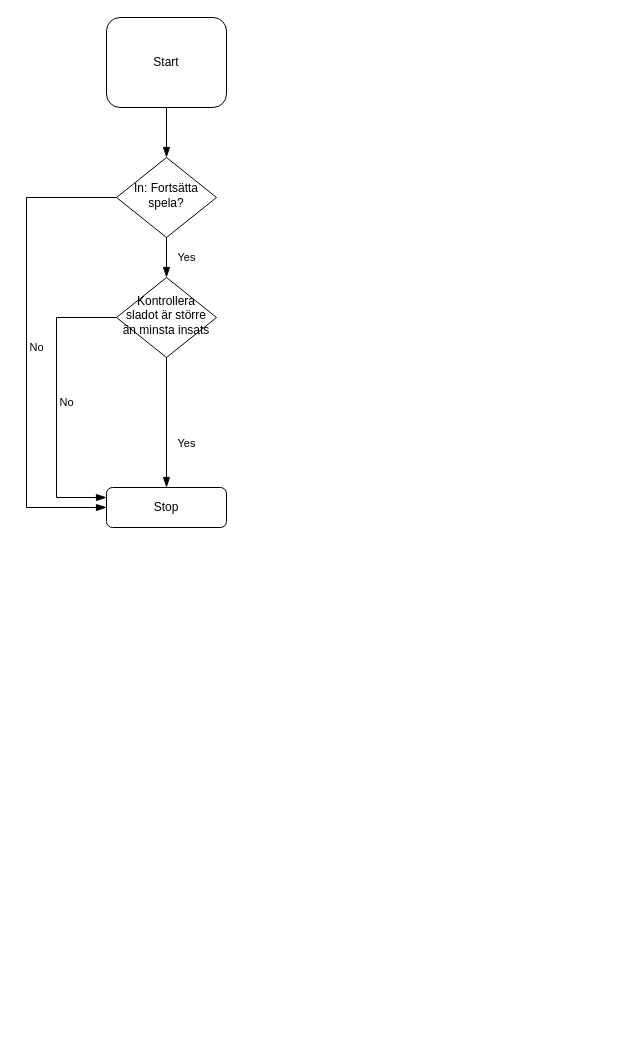
The draw.io diagram Inluppgifter/Roulette/Flowchart_inl1.drawio in RogerJohanssonITHS/Grunderna-Cpp, before the edit. Source tidied: cells renumbered, new cells numbered last; positions are measured from the earlier drawing's top-left corner, leaving out a move shared by most shapes. Both pictures are drawn from the tidied source at 100%, with x=0, y=0 at pixel (26, 17).
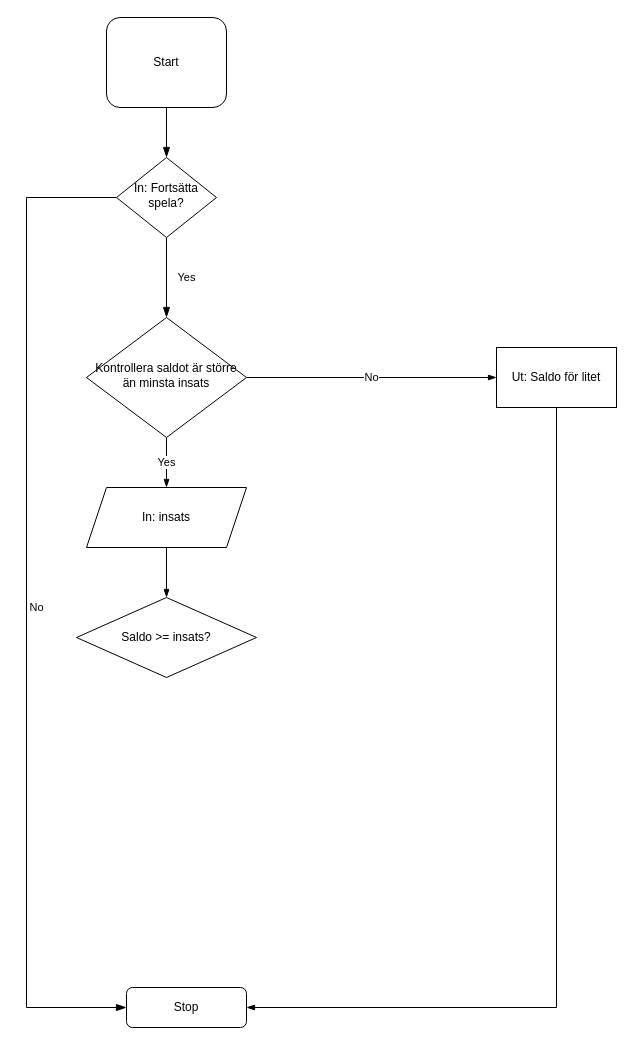
The same page after the edit.

The edit, as a diff of the source:
```diff
@@
 <mxGraphModel>
   <root>
     <mxCell id="0" />
     <mxCell id="1" parent="0" />
     <mxCell id="2" style="rounded=0;html=1;jettySize=auto;fontSize=11;endArrow=blockThin;endFill=1;endSize=8;strokeWidth=1;shadow=0;labelBackgroundColor=none;edgeStyle=orthogonalEdgeStyle;" parent="1" edge="1" source="3" target="6">
       <mxGeometry relative="1" as="geometry" />
     </mxCell>
     <mxCell id="3" value="Start" style="rounded=1;whiteSpace=wrap;html=1;fontSize=12;glass=0;strokeWidth=1;shadow=0;" parent="1" vertex="1">
       <mxGeometry x="80" width="120" height="90" as="geometry" />
     </mxCell>
     <mxCell id="4" value="Yes" style="rounded=0;html=1;jettySize=auto;fontSize=11;endArrow=blockThin;endFill=1;endSize=8;strokeWidth=1;shadow=0;labelBackgroundColor=none;edgeStyle=orthogonalEdgeStyle;" parent="1" edge="1" source="6" target="8">
       <mxGeometry y="20" relative="1" as="geometry" />
     </mxCell>
     <mxCell id="5" value="No" style="edgeStyle=orthogonalEdgeStyle;rounded=0;html=1;jettySize=auto;fontSize=11;endArrow=blockThin;endFill=1;endSize=8;strokeWidth=1;shadow=0;labelBackgroundColor=none;exitX=0;exitY=0.5;exitDx=0;exitDy=0;entryX=0;entryY=0.5;entryDx=0;entryDy=0;" parent="1" edge="1" source="6" target="9">
       <mxGeometry y="10" relative="1" as="geometry">
         <Array as="points">
           <mxPoint y="180" />
-          <mxPoint y="490" />
+          <mxPoint y="990" />
         </Array>
       </mxGeometry>
     </mxCell>
     <mxCell id="6" value="In: Fortsätta spela?" style="rhombus;whiteSpace=wrap;html=1;shadow=0;fontFamily=Helvetica;fontSize=12;align=center;strokeWidth=1;spacing=6;spacingTop=-4;" parent="1" vertex="1">
       <mxGeometry x="90" y="140" width="100" height="80" as="geometry" />
     </mxCell>
+    <mxCell id="10" value="No" style="edgeStyle=orthogonalEdgeStyle;rounded=0;jettySize=auto;html=1;exitX=1;exitY=0.5;exitDx=0;exitDy=0;entryX=0;entryY=0.5;entryDx=0;entryDy=0;endArrow=blockThin;endFill=1;" parent="1" edge="1" source="8" target="12">
+      <mxGeometry relative="1" as="geometry" />
+    </mxCell>
-    <mxCell id="7" value="Yes" style="rounded=0;html=1;jettySize=auto;fontSize=11;endArrow=blockThin;endFill=1;endSize=8;strokeWidth=1;shadow=0;labelBackgroundColor=none;edgeStyle=orthogonalEdgeStyle;" parent="1" edge="1" source="8" target="9">
-      <mxGeometry x="0.33" y="20" relative="1" as="geometry" />
+    <mxCell id="7" value="Yes" style="edgeStyle=orthogonalEdgeStyle;rounded=0;jettySize=auto;html=1;entryX=0.5;entryY=0;entryDx=0;entryDy=0;endArrow=blockThin;endFill=1;" parent="1" edge="1" source="8" target="14">
+      <mxGeometry relative="1" as="geometry" />
     </mxCell>
-    <mxCell id="8" value="Kontrollera sladot är större än minsta insats" style="rhombus;whiteSpace=wrap;html=1;shadow=0;fontFamily=Helvetica;fontSize=12;align=center;strokeWidth=1;spacing=6;spacingTop=-4;" parent="1" vertex="1">
-      <mxGeometry x="90" y="260" width="100" height="80" as="geometry" />
+    <mxCell id="8" value="Kontrollera saldot är större än minsta insats" style="rhombus;whiteSpace=wrap;html=1;shadow=0;fontFamily=Helvetica;fontSize=12;align=center;strokeWidth=1;spacing=6;spacingTop=-4;" parent="1" vertex="1">
+      <mxGeometry x="60" y="300" width="160" height="120" as="geometry" />
     </mxCell>
     <mxCell id="9" value="Stop" style="rounded=1;whiteSpace=wrap;html=1;fontSize=12;glass=0;strokeWidth=1;shadow=0;" parent="1" vertex="1">
-      <mxGeometry x="80" y="470" width="120" height="40" as="geometry" />
+      <mxGeometry x="100" y="970" width="120" height="40" as="geometry" />
     </mxCell>
-    <mxCell id="10" value="No" style="edgeStyle=orthogonalEdgeStyle;rounded=0;html=1;jettySize=auto;fontSize=11;endArrow=blockThin;endFill=1;endSize=8;strokeWidth=1;shadow=0;labelBackgroundColor=none;exitX=0;exitY=0.5;exitDx=0;exitDy=0;entryX=0;entryY=0.25;entryDx=0;entryDy=0;" parent="1" edge="1" source="8" target="9">
-      <mxGeometry y="10" relative="1" as="geometry">
-        <Array as="points">
-          <mxPoint x="30" y="300" />
-          <mxPoint x="30" y="480" />
-        </Array>
-      </mxGeometry>
-    </mxCell>
+    <mxCell id="11" style="edgeStyle=orthogonalEdgeStyle;rounded=0;jettySize=auto;html=1;entryX=1;entryY=0.5;entryDx=0;entryDy=0;endArrow=blockThin;endFill=1;" parent="1" edge="1" source="12" target="9">
+      <mxGeometry relative="1" as="geometry">
+        <Array as="points">
+          <mxPoint x="530" y="990" />
+        </Array>
+      </mxGeometry>
+    </mxCell>
+    <mxCell id="12" value="Ut: Saldo för litet" style="rounded=0;whiteSpace=wrap;html=1;" parent="1" vertex="1">
+      <mxGeometry x="470" y="330" width="120" height="60" as="geometry" />
+    </mxCell>
+    <mxCell id="13" style="edgeStyle=orthogonalEdgeStyle;rounded=0;jettySize=auto;html=1;entryX=0.5;entryY=0;entryDx=0;entryDy=0;endArrow=blockThin;endFill=1;" parent="1" edge="1" source="14" target="15">
+      <mxGeometry relative="1" as="geometry" />
+    </mxCell>
+    <mxCell id="14" value="In: insats" style="shape=parallelogram;perimeter=parallelogramPerimeter;whiteSpace=wrap;html=1;fixedSize=1;" parent="1" vertex="1">
+      <mxGeometry x="60" y="470" width="160" height="60" as="geometry" />
+    </mxCell>
+    <mxCell id="15" value="&lt;span&gt;Saldo &amp;gt;= insats?&lt;/span&gt;" style="rhombus;whiteSpace=wrap;html=1;" parent="1" vertex="1">
+      <mxGeometry x="50" y="580" width="180" height="80" as="geometry" />
+    </mxCell>
   </root>
 </mxGraphModel>
```
